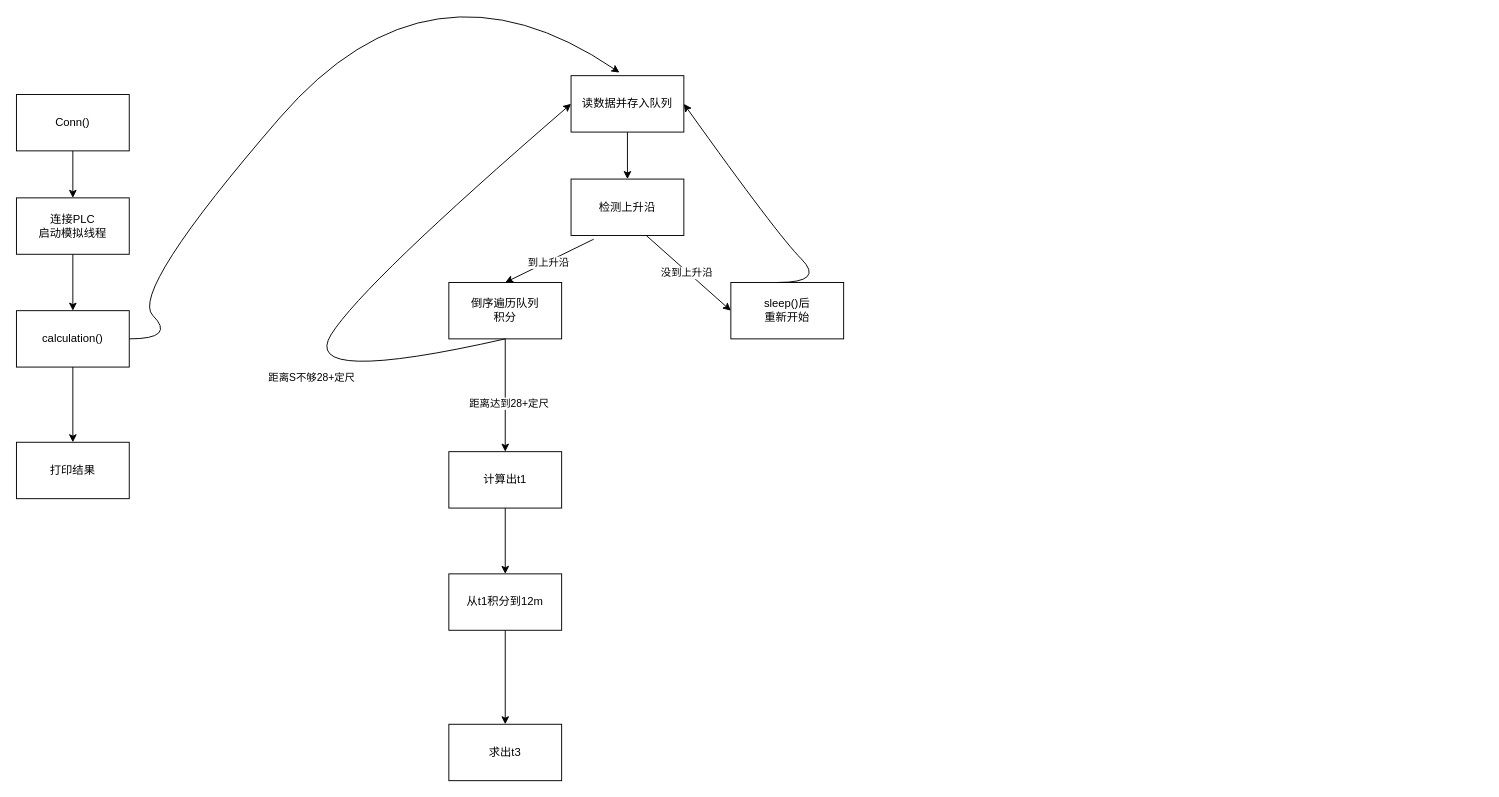
Above: projects/p2/未命名绘图.drawio in codingpanda4396/industrial_Python_Learning (draw.io), before the change. Source tidied: cells renumbered, new cells numbered last; positions are measured from the earlier drawing's top-left corner, leaving out a move shared by most shapes. Both pictures are drawn from the tidied source at 94%, with x=0, y=0 at pixel (16, -56).
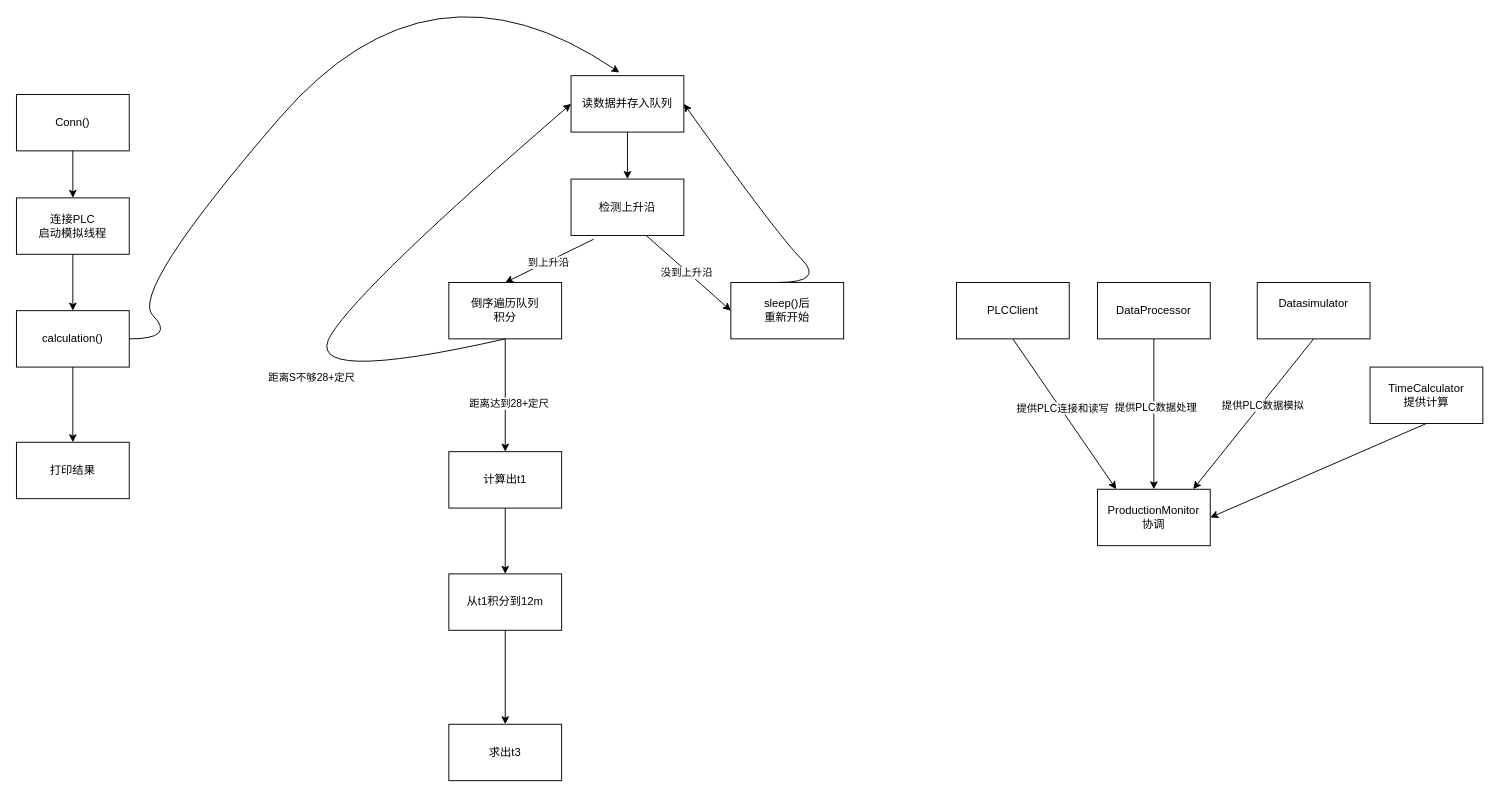
The same page after the edit.

What changed in the source:
```diff
@@
+    <mxCell id="29" value="PLCClient" style="whiteSpace=wrap;html=1;" parent="1" vertex="1">
+      <mxGeometry x="1000" y="360" width="120" height="60" as="geometry" />
+    </mxCell>
+    <mxCell id="30" value="DataProcessor" style="whiteSpace=wrap;html=1;" parent="1" vertex="1">
+      <mxGeometry x="1150" y="360" width="120" height="60" as="geometry" />
+    </mxCell>
+    <mxCell id="31" value="Datasimulator&lt;div&gt;&lt;br&gt;&lt;/div&gt;" style="whiteSpace=wrap;html=1;" parent="1" vertex="1">
+      <mxGeometry x="1320" y="360" width="120" height="60" as="geometry" />
+    </mxCell>
+    <mxCell id="32" value="ProductionMonitor&lt;div&gt;协调&lt;/div&gt;" style="whiteSpace=wrap;html=1;" parent="1" vertex="1">
+      <mxGeometry x="1150" y="580" width="120" height="60" as="geometry" />
+    </mxCell>
+    <mxCell id="33" style="endArrow=classic;html=1;rounded=0;exitX=0.5;exitY=1;exitDx=0;exitDy=0;" parent="1" edge="1" source="29">
+      <mxGeometry relative="1" as="geometry">
+        <mxPoint x="1170" y="580" as="targetPoint" />
+      </mxGeometry>
+    </mxCell>
+    <mxCell id="34" value="提供PLC连接和读写" style="edgeLabel;html=1;align=center;verticalAlign=middle;" parent="33" vertex="1">
+      <mxGeometry x="-0.07" y="2" relative="1" as="geometry" />
+    </mxCell>
+    <mxCell id="35" style="endArrow=classic;html=1;rounded=0;exitX=0.5;exitY=1;exitDx=0;exitDy=0;entryX=0.5;entryY=0;entryDx=0;entryDy=0;" parent="1" edge="1" source="30" target="32">
+      <mxGeometry relative="1" as="geometry" />
+    </mxCell>
+    <mxCell id="36" value="提供PLC数据处理" style="edgeLabel;html=1;align=center;verticalAlign=middle;" parent="35" vertex="1">
+      <mxGeometry x="-0.1" y="1" relative="1" as="geometry" />
+    </mxCell>
+    <mxCell id="37" style="endArrow=classic;html=1;rounded=0;entryX=0.849;entryY=-0.002;entryDx=0;entryDy=0;exitX=0.5;exitY=1;exitDx=0;exitDy=0;entryPerimeter=0;" parent="1" edge="1" source="31" target="32">
+      <mxGeometry relative="1" as="geometry" />
+    </mxCell>
+    <mxCell id="38" value="提供PLC数据模拟" style="edgeLabel;html=1;align=center;verticalAlign=middle;" parent="37" vertex="1">
+      <mxGeometry x="-0.13" y="2" relative="1" as="geometry" />
+    </mxCell>
+    <mxCell id="39" value="TimeCalculator&lt;div&gt;提供计算&lt;/div&gt;" style="whiteSpace=wrap;html=1;" parent="1" vertex="1">
+      <mxGeometry x="1440" y="450" width="120" height="60" as="geometry" />
+    </mxCell>
+    <mxCell id="40" style="endArrow=classic;html=1;rounded=0;exitX=0.5;exitY=1;exitDx=0;exitDy=0;entryX=1;entryY=0.5;entryDx=0;entryDy=0;" parent="1" edge="1" source="39" target="32">
+      <mxGeometry relative="1" as="geometry" />
+    </mxCell>
```
